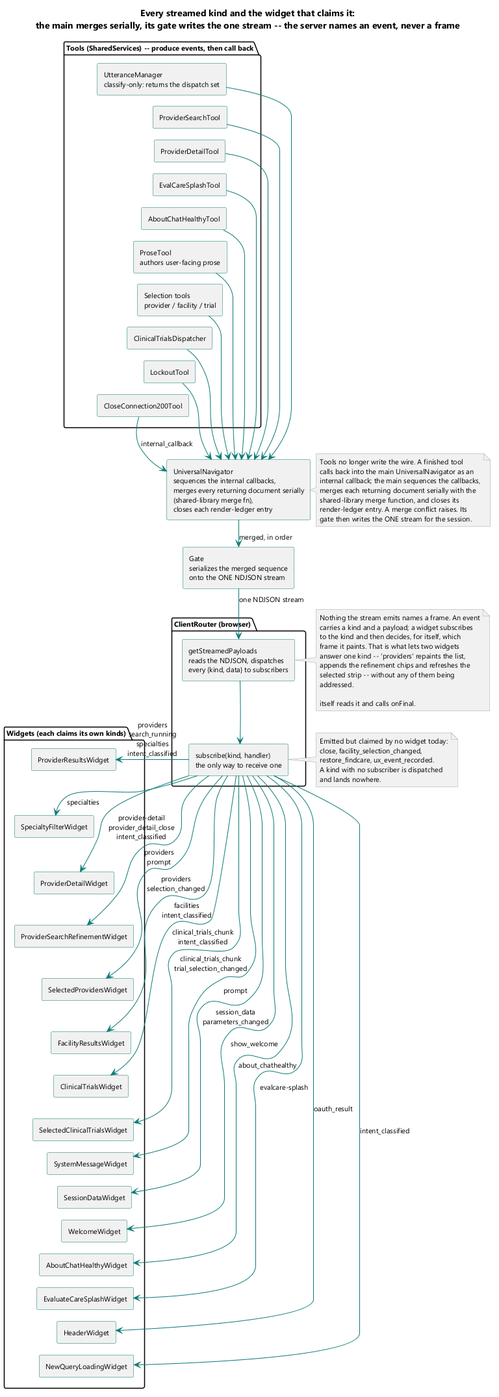
Above: brain/machine_artifacts/diagramsAndImages/rendered/ss_stream_kinds.png in SkipSnow/ChatHealthyRepo (PlantUML), before the change.
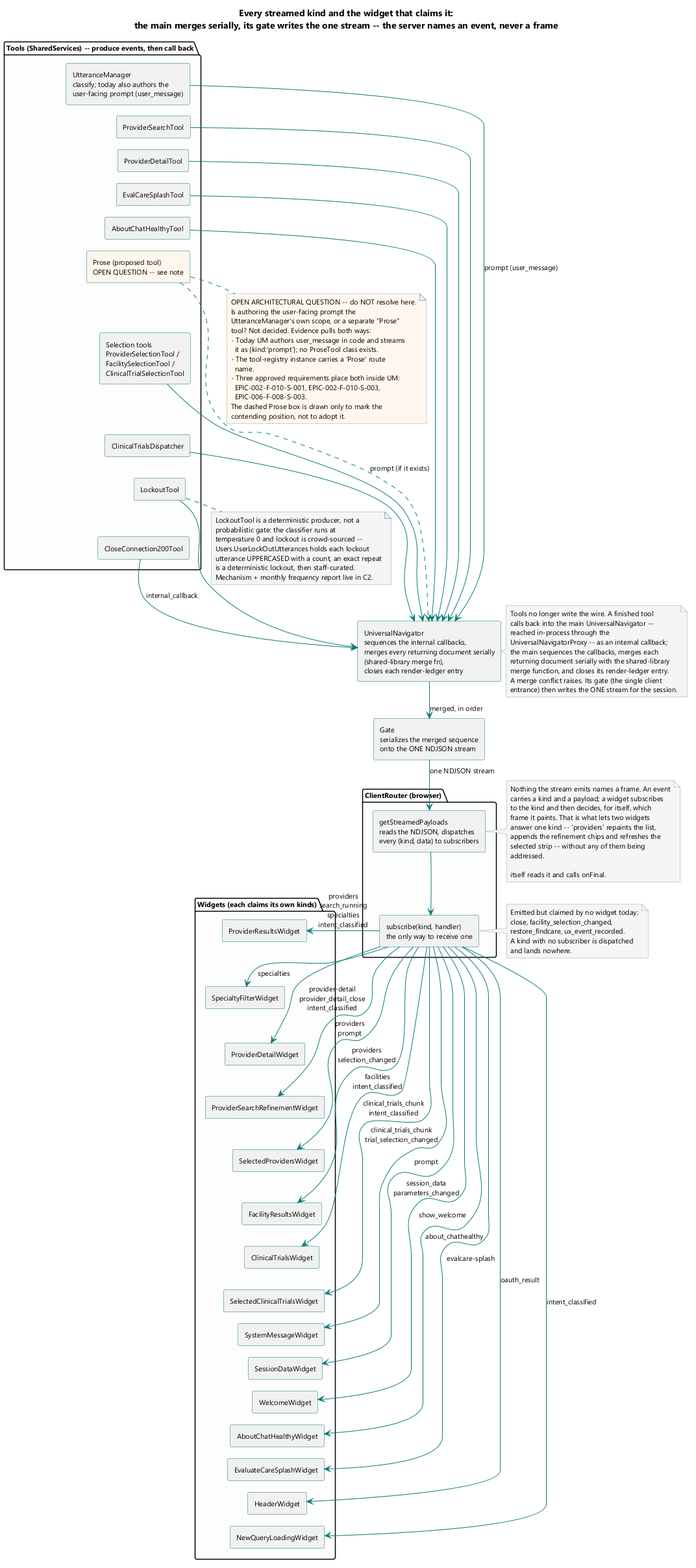
The same diagram one commit later.

Diff of the diagram source:
```diff
@@ -14,13 +14,13 @@
 title Every streamed kind and the widget that claims it:\nthe main merges serially, its gate writes the one stream -- the server names an event, never a frame
 
 package "Tools (SharedServices) -- produce events, then call back" #fdfdfd {
-  [UtteranceManager\nclassify-only: returns the dispatch set] as UM
+  [UtteranceManager\nclassify; today also authors the\nuser-facing prompt (user_message)] as UM
   [ProviderSearchTool] as PST
   [ProviderDetailTool] as PDT
   [EvalCareSplashTool] as ESP
   [AboutChatHealthyTool] as ABT
-  [ProseTool\nauthors user-facing prose] as PROSE
-  [Selection tools\nprovider / facility / trial] as SEL
+  [Prose (proposed tool)\nOPEN QUESTION -- see note] as PROSE #fff7ed
+  [Selection tools\nProviderSelectionTool /\nFacilitySelectionTool /\nClinicalTrialSelectionTool] as SEL
   [ClinicalTrialsDispatcher] as CTD
   [LockoutTool] as LOCK
   [CloseConnection200Tool] as CLOSE
@@ -79,12 +79,12 @@
   WH -[hidden]down- WNQ
 }
 
-UM --> NAV
+UM --> NAV : prompt (user_message)
 PST --> NAV
 PDT --> NAV
 ESP --> NAV
 ABT --> NAV
-PROSE --> NAV
+PROSE ..> NAV : prompt (if it exists)
 SEL --> NAV
 CTD --> NAV
 LOCK --> NAV
@@ -113,12 +113,30 @@
 
 note right of NAV #f3f4f6
   Tools no longer write the wire. A finished tool
-  calls back into the main UniversalNavigator as an
-  internal callback; the main sequences the callbacks,
-  merges each returning document serially with the
-  shared-library merge function, and closes its
-  render-ledger entry. A merge conflict raises. Its
-  gate then writes the ONE stream for the session.
+  calls back into the main UniversalNavigator --
+  reached in-process through the
+  UniversalNavigatorProxy -- as an internal callback;
+  the main sequences the callbacks, merges each
+  returning document serially with the shared-library
+  merge function, and closes its render-ledger entry.
+  A merge conflict raises. Its gate (the single client
+  entrance) then writes the ONE stream for the session.
+end note
+
+note bottom of PROSE #fff7ed
+  OPEN ARCHITECTURAL QUESTION -- do NOT resolve here.
+  Is authoring the user-facing prompt the
+  UtteranceManager's own scope, or a separate "Prose"
+  tool? Not decided. Evidence pulls both ways:
+  - Today UM authors user_message in code and streams
+    it as {kind:'prompt'}; no ProseTool class exists.
+  - The tool-registry instance carries a 'Prose' route
+    name.
+  - Three approved requirements place both inside UM:
+    EPIC-002-F-010-S-001, EPIC-002-F-010-S-003,
+    EPIC-006-F-008-S-003.
+  The dashed Prose box is drawn only to mark the
+  contending position, not to adopt it.
 end note
 
 note right of ROUTER #f3f4f6
@@ -142,4 +160,14 @@
   and lands nowhere.
 end note
 
+note bottom of LOCK #f3f4f6
+  LockoutTool is a deterministic producer, not a
+  probabilistic gate: the classifier runs at
+  temperature 0 and lockout is crowd-sourced --
+  Users.UserLockOutUtterances holds each lockout
+  utterance UPPERCASED with a count, an exact repeat
+  is a deterministic lockout, then staff-curated.
+  Mechanism + monthly frequency report live in C2.
+end note
+
 @enduml
```
